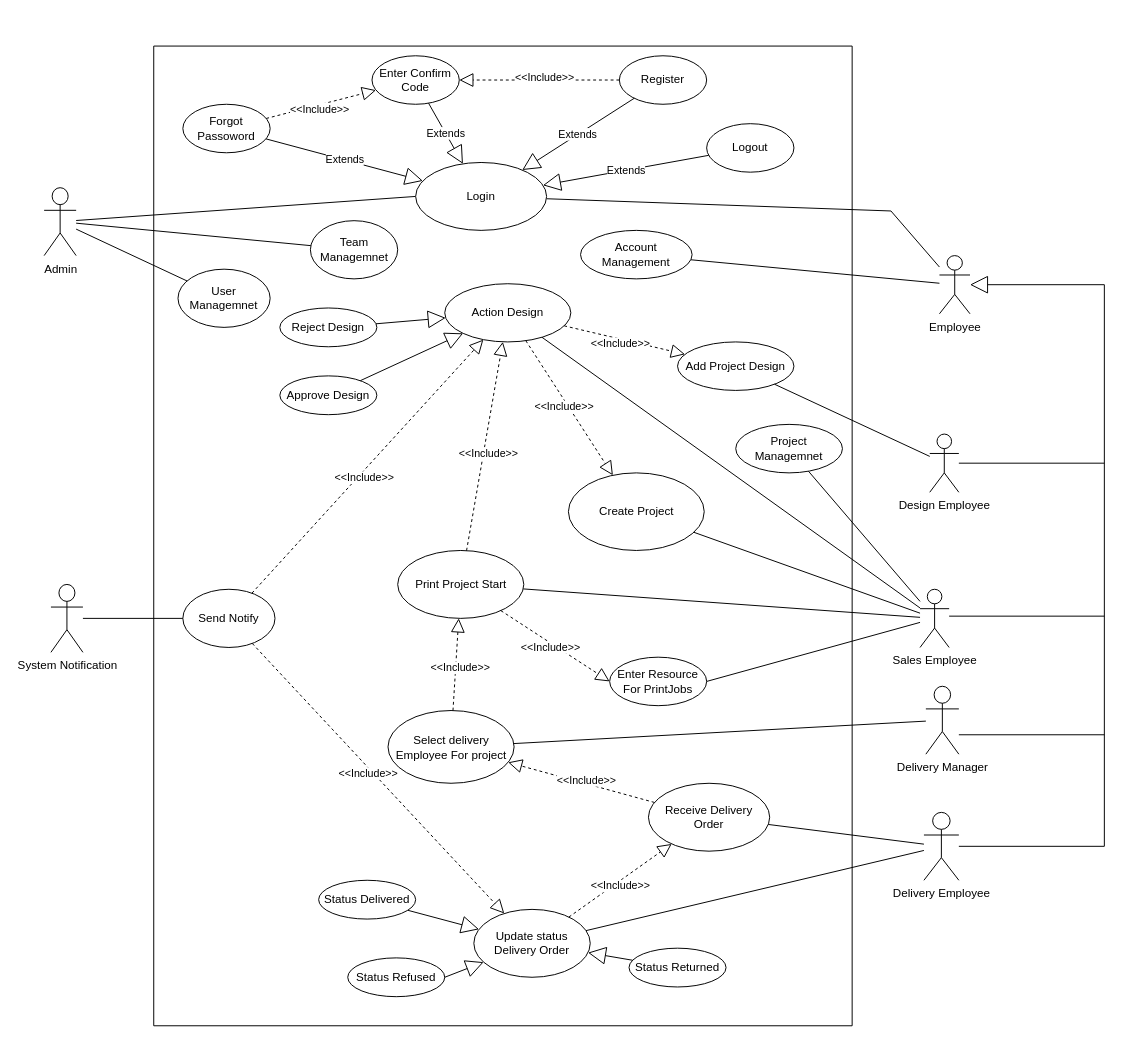
The draw.io diagram FlowChart/UseCase.drawio in PEXUANMIKE1/PrintManagement_API, before the edit. Source tidied: cells renumbered, new cells numbered last; positions are measured from the earlier drawing's top-left corner, leaving out a move shared by most shapes. Both pictures are drawn from the tidied source at 97%, with x=0, y=0 at pixel (44, 46).
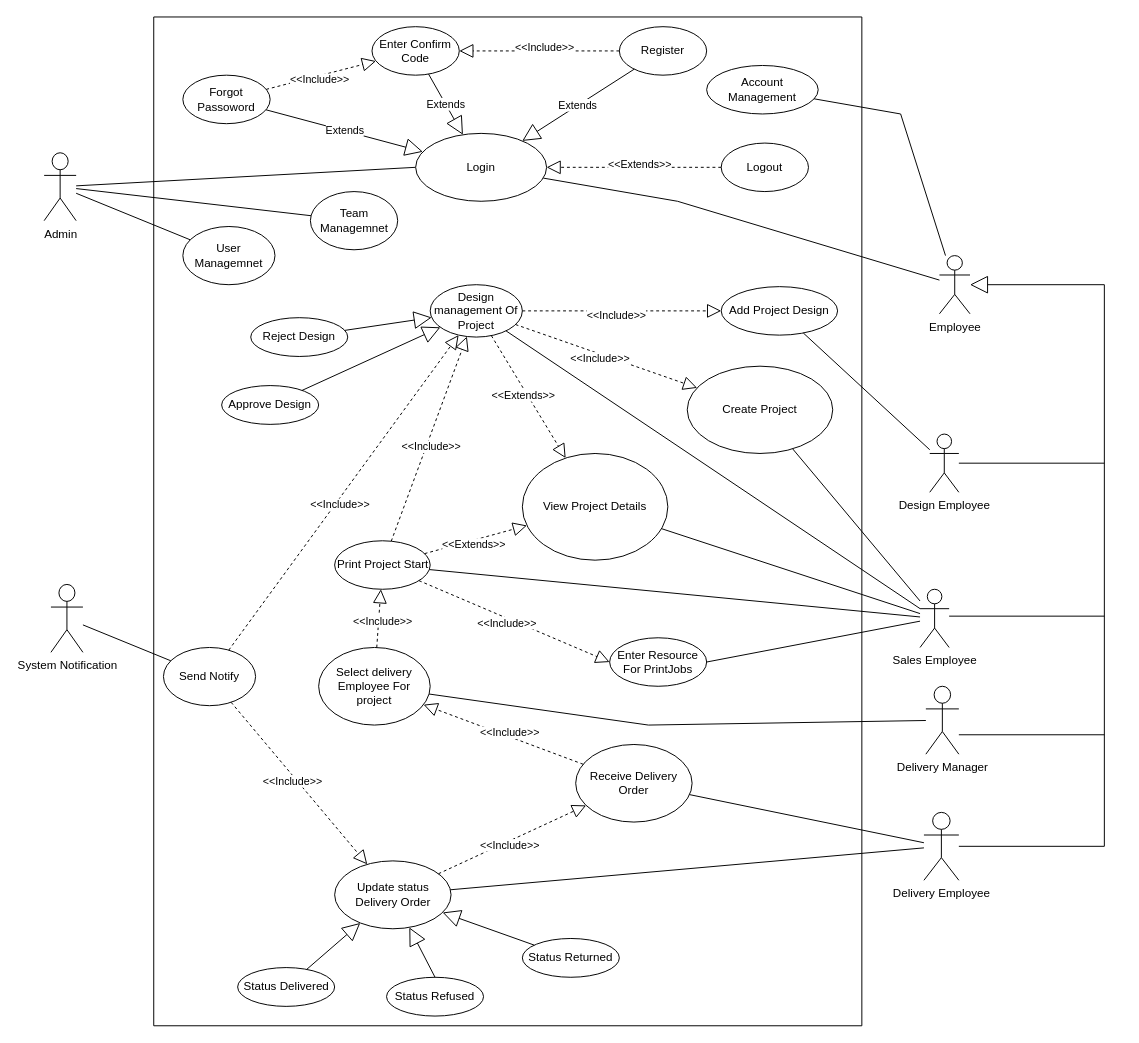
The same diagram, later.

The change refers to these unchanged cells:
```xml
<mxCell id="3" value="Employee" style="shape=umlActor;verticalLabelPosition=bottom;verticalAlign=top;html=1;outlineConnect=0;" parent="1" vertex="1">
  <mxGeometry x="923" y="216" width="31.5" height="60" as="geometry" />
</mxCell>
<mxCell id="4" value="Delivery Manager" style="shape=umlActor;verticalLabelPosition=bottom;verticalAlign=top;html=1;outlineConnect=0;" parent="1" vertex="1">
  <mxGeometry x="909" y="660" width="34" height="70" as="geometry" />
</mxCell>
<mxCell id="9" value="Login" style="ellipse;whiteSpace=wrap;html=1;" parent="8" vertex="1">
  <mxGeometry x="270" y="120" width="135" height="70" as="geometry" />
</mxCell>
```

The edit, as a diff of the source:
```diff
@@
     <mxCell id="2" value="Admin" style="shape=umlActor;verticalLabelPosition=bottom;verticalAlign=top;html=1;outlineConnect=0;" parent="1" vertex="1">
-      <mxGeometry y="146" width="33" height="70" as="geometry" />
+      <mxGeometry y="110" width="33" height="70" as="geometry" />
     </mxCell>
@@
     <mxCell id="7" style="endArrow=none;html=1;rounded=0;" parent="1" edge="1" source="3" target="9">
       <mxGeometry relative="1" as="geometry">
         <Array as="points">
-          <mxPoint x="873" y="170" />
+          <mxPoint x="653" y="160" />
         </Array>
       </mxGeometry>
     </mxCell>
     <mxCell id="8" style="swimlane;startSize=0;" parent="1" vertex="1">
-      <mxGeometry x="113" width="720" height="1010" as="geometry" />
+      <mxGeometry x="113" y="-30" width="730" height="1040" as="geometry" />
     </mxCell>
@@
-    <mxCell id="10" value="Project Managemnet" style="ellipse;whiteSpace=wrap;html=1;" parent="8" vertex="1">
-      <mxGeometry x="600" y="390" width="110" height="50" as="geometry" />
+    <mxCell id="10" value="View Project Details" style="ellipse;whiteSpace=wrap;html=1;" parent="8" vertex="1">
+      <mxGeometry x="380" y="450" width="150" height="110" as="geometry" />
     </mxCell>
     <mxCell id="11" value="User Managemnet" style="ellipse;whiteSpace=wrap;html=1;" parent="8" vertex="1">
-      <mxGeometry x="25" y="230" width="95" height="60" as="geometry" />
+      <mxGeometry x="30" y="216" width="95" height="60" as="geometry" />
     </mxCell>
@@
     <mxCell id="20" value="Logout" style="ellipse;whiteSpace=wrap;html=1;" parent="8" vertex="1">
-      <mxGeometry x="570" y="80" width="90" height="50" as="geometry" />
+      <mxGeometry x="585" y="130" width="90" height="50" as="geometry" />
     </mxCell>
-    <mxCell id="21" value="Extends" style="endArrow=block;endSize=16;endFill=0;html=1;rounded=0;" parent="8" edge="1" source="20" target="9">
-      <mxGeometry relative="1" as="geometry" />
-    </mxCell>
@@
     <mxCell id="24" value="Add Project Design" style="ellipse;whiteSpace=wrap;html=1;" parent="8" vertex="1">
-      <mxGeometry x="540" y="305" width="120" height="50" as="geometry" />
+      <mxGeometry x="585" y="278" width="120" height="50" as="geometry" />
     </mxCell>
-    <mxCell id="25" value="Action Design" style="ellipse;whiteSpace=wrap;html=1;" parent="8" vertex="1">
-      <mxGeometry x="300" y="245" width="130" height="60" as="geometry" />
+    <mxCell id="25" value="Design management Of Project" style="ellipse;whiteSpace=wrap;html=1;" parent="8" vertex="1">
+      <mxGeometry x="285" y="276" width="95" height="54" as="geometry" />
     </mxCell>
     <mxCell id="26" value="Approve Design" style="ellipse;whiteSpace=wrap;html=1;" parent="8" vertex="1">
-      <mxGeometry x="130" y="340" width="100" height="40" as="geometry" />
+      <mxGeometry x="70" y="380" width="100" height="40" as="geometry" />
     </mxCell>
     <mxCell id="27" value="Reject Design" style="ellipse;whiteSpace=wrap;html=1;" parent="8" vertex="1">
-      <mxGeometry x="130" y="270" width="100" height="40" as="geometry" />
+      <mxGeometry x="100" y="310" width="100" height="40" as="geometry" />
     </mxCell>
@@
     <mxCell id="36" value="Print Project Start" style="ellipse;whiteSpace=wrap;html=1;" parent="8" vertex="1">
-      <mxGeometry x="251.5" y="520" width="130" height="70" as="geometry" />
+      <mxGeometry x="186.5" y="540" width="98.5" height="50" as="geometry" />
     </mxCell>
     <mxCell id="37" value="Enter Resource For PrintJobs" style="ellipse;whiteSpace=wrap;html=1;" parent="8" vertex="1">
-      <mxGeometry x="470" y="630" width="100" height="50" as="geometry" />
+      <mxGeometry x="470" y="640" width="100" height="50" as="geometry" />
     </mxCell>
@@
     <mxCell id="40" value="Select delivery Employee For project" style="ellipse;whiteSpace=wrap;html=1;" parent="8" vertex="1">
-      <mxGeometry x="241.5" y="685" width="130" height="75" as="geometry" />
+      <mxGeometry x="170" y="650" width="115" height="80" as="geometry" />
     </mxCell>
     <mxCell id="41" value="Receive&amp;nbsp;Delivery Order" style="ellipse;whiteSpace=wrap;html=1;" parent="8" vertex="1">
-      <mxGeometry x="510" y="760" width="125" height="70" as="geometry" />
+      <mxGeometry x="435" y="750" width="120" height="80" as="geometry" />
     </mxCell>
-    <mxCell id="42" style="endArrow=block;dashed=1;endFill=0;endSize=12;html=1;rounded=0;" parent="8" edge="1" source="36" target="25">
+    <mxCell id="42" style="endArrow=block;dashed=1;endFill=0;endSize=12;html=1;rounded=0;" parent="8" edge="1" source="36" target="10">
       <mxGeometry relative="1" as="geometry" />
     </mxCell>
-    <mxCell id="43" value="&amp;lt;&amp;lt;Include&amp;gt;&amp;gt;" style="edgeLabel;html=1;align=center;verticalAlign=middle;" parent="42" vertex="1">
+    <mxCell id="43" value="&amp;lt;&amp;lt;Extends&amp;gt;&amp;gt;" style="edgeLabel;html=1;align=center;verticalAlign=middle;" parent="42" vertex="1">
       <mxGeometry x="-0.06" y="-4" relative="1" as="geometry" />
     </mxCell>
@@
     <mxCell id="48" value="Create Project" style="ellipse;whiteSpace=wrap;html=1;" parent="8" vertex="1">
-      <mxGeometry x="427.5" y="440" width="140" height="80" as="geometry" />
+      <mxGeometry x="550" y="360" width="150" height="90" as="geometry" />
     </mxCell>
@@
     <mxCell id="51" value="Update status Delivery Order" style="ellipse;whiteSpace=wrap;html=1;" parent="8" vertex="1">
-      <mxGeometry x="330" y="890" width="120" height="70" as="geometry" />
+      <mxGeometry x="186.5" y="870" width="120" height="70" as="geometry" />
     </mxCell>
@@
     <mxCell id="54" value="Status Delivered" style="ellipse;whiteSpace=wrap;html=1;" parent="8" vertex="1">
-      <mxGeometry x="170" y="860" width="100" height="40" as="geometry" />
+      <mxGeometry x="86.5" y="980" width="100" height="40" as="geometry" />
     </mxCell>
     <mxCell id="55" value="Status Refused" style="ellipse;whiteSpace=wrap;html=1;" parent="8" vertex="1">
-      <mxGeometry x="200" y="940" width="100" height="40" as="geometry" />
+      <mxGeometry x="240" y="990" width="100" height="40" as="geometry" />
     </mxCell>
     <mxCell id="56" value="Status Returned" style="ellipse;whiteSpace=wrap;html=1;" parent="8" vertex="1">
-      <mxGeometry x="490" y="930" width="100" height="40" as="geometry" />
+      <mxGeometry x="380" y="950" width="100" height="40" as="geometry" />
     </mxCell>
@@
-    <mxCell id="58" style="endArrow=block;endSize=16;endFill=0;html=1;rounded=0;exitX=1;exitY=0.5;exitDx=0;exitDy=0;" parent="8" edge="1" source="55" target="51">
+    <mxCell id="58" style="endArrow=block;endSize=16;endFill=0;html=1;rounded=0;exitX=0.5;exitY=0;exitDx=0;exitDy=0;" parent="8" edge="1" source="55" target="51">
       <mxGeometry relative="1" as="geometry" />
     </mxCell>
@@
     <mxCell id="60" value="Account Management" style="ellipse;whiteSpace=wrap;html=1;" parent="8" vertex="1">
-      <mxGeometry x="440" y="190" width="115" height="50" as="geometry" />
+      <mxGeometry x="570" y="50" width="115" height="50" as="geometry" />
     </mxCell>
     <mxCell id="61" value="Send Notify" style="ellipse;whiteSpace=wrap;html=1;" parent="8" vertex="1">
-      <mxGeometry x="30" y="560" width="95" height="60" as="geometry" />
+      <mxGeometry x="10" y="650" width="95" height="60" as="geometry" />
     </mxCell>
@@
+    <mxCell id="21" style="endArrow=block;dashed=1;endFill=0;endSize=12;html=1;rounded=0;" parent="8" edge="1" source="20" target="9">
+      <mxGeometry relative="1" as="geometry" />
+    </mxCell>
+    <mxCell id="88" value="&amp;lt;&amp;lt;Extends&amp;gt;&amp;gt;" style="edgeLabel;html=1;align=center;verticalAlign=middle;" parent="21" vertex="1">
+      <mxGeometry x="-0.06" y="-4" relative="1" as="geometry" />
+    </mxCell>
+    <mxCell id="89" style="endArrow=block;dashed=1;endFill=0;endSize=12;html=1;rounded=0;" parent="8" edge="1" source="25" target="10">
+      <mxGeometry relative="1" as="geometry" />
+    </mxCell>
+    <mxCell id="90" value="&amp;lt;&amp;lt;Extends&amp;gt;&amp;gt;" style="edgeLabel;html=1;align=center;verticalAlign=middle;" parent="89" vertex="1">
+      <mxGeometry x="-0.06" y="-4" relative="1" as="geometry" />
+    </mxCell>
+    <mxCell id="91" style="endArrow=block;dashed=1;endFill=0;endSize=12;html=1;rounded=0;" parent="8" edge="1" source="36" target="25">
+      <mxGeometry relative="1" as="geometry" />
+    </mxCell>
+    <mxCell id="92" value="&amp;lt;&amp;lt;Include&amp;gt;&amp;gt;" style="edgeLabel;html=1;align=center;verticalAlign=middle;" parent="91" vertex="1">
+      <mxGeometry x="-0.06" y="-4" relative="1" as="geometry" />
+    </mxCell>
@@
     <mxCell id="77" style="endArrow=none;html=1;rounded=0;" parent="1" edge="1" source="40" target="4">
-      <mxGeometry relative="1" as="geometry" />
+      <mxGeometry relative="1" as="geometry">
+        <Array as="points">
+          <mxPoint x="623" y="700" />
+        </Array>
+      </mxGeometry>
     </mxCell>
@@
     <mxCell id="85" style="endArrow=none;html=1;rounded=0;" parent="1" edge="1" source="3" target="60">
-      <mxGeometry relative="1" as="geometry" />
+      <mxGeometry relative="1" as="geometry">
+        <Array as="points">
+          <mxPoint x="883" y="70" />
+        </Array>
+      </mxGeometry>
     </mxCell>
```
